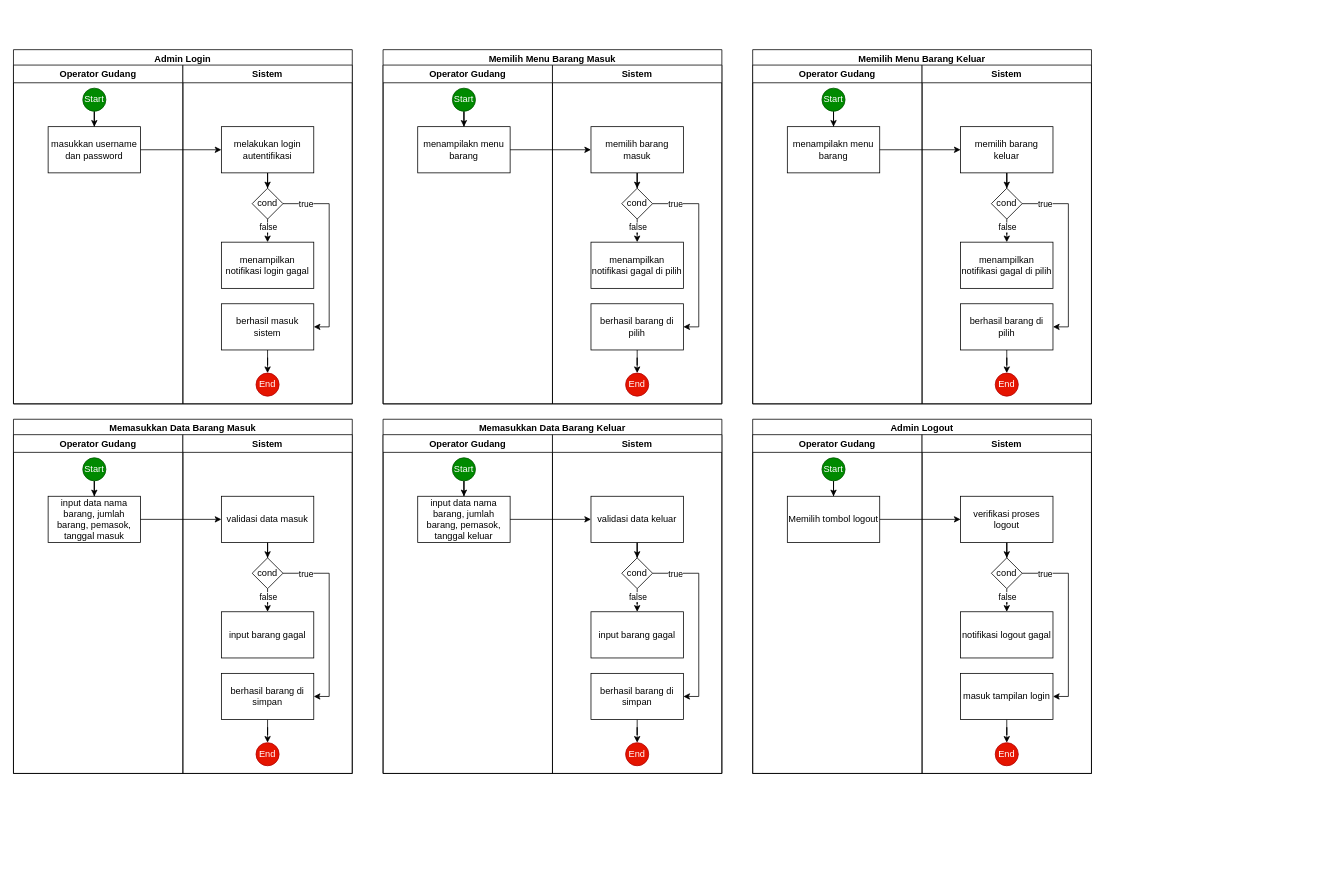
This is fix System Analys.drawio from sourchib/Assessment-Sysadmin, a draw.io file, before an edit. Source tidied: cells renumbered, new cells numbered last; positions are measured from the earlier drawing's top-left corner, leaving out a move shared by most shapes. Both pictures are drawn from the tidied source at 77%, with x=0, y=0 at pixel (13, 49).
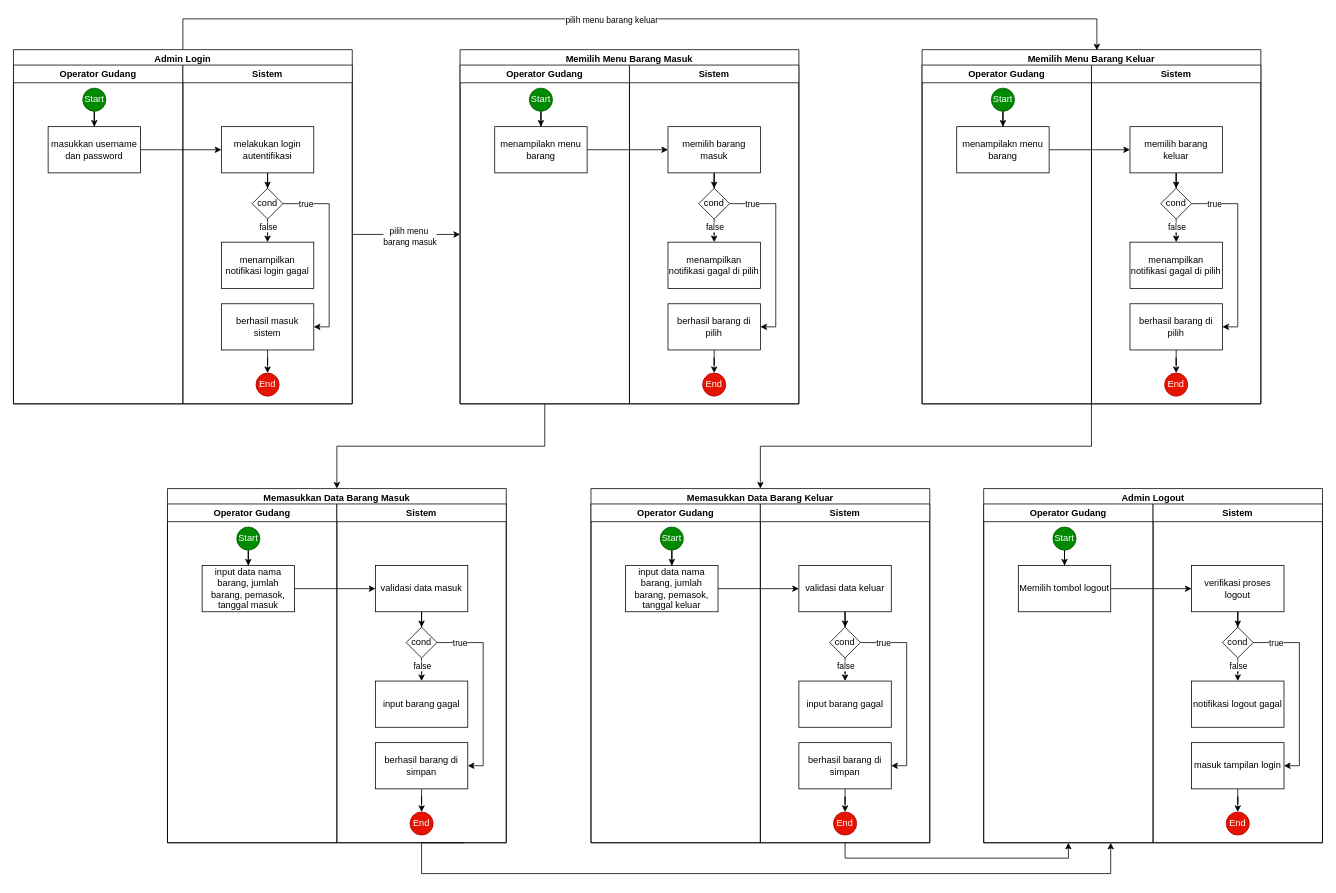
After the change.

Unchanged cells that the change refers to:
```xml
<mxCell id="2" value="&lt;b style=&quot;white-space: nowrap;&quot;&gt;Admin Login&lt;/b&gt;" style="swimlane;whiteSpace=wrap;html=1;" parent="1" vertex="1">
  <mxGeometry width="440" height="460" as="geometry" />
</mxCell>
<mxCell id="7" value="Sistem" style="swimlane;whiteSpace=wrap;html=1;" parent="2" vertex="1">
  <mxGeometry x="220" y="20" width="220" height="440" as="geometry" />
</mxCell>
<mxCell id="21" value="Operator Gudang" style="swimlane;whiteSpace=wrap;html=1;startSize=23;" parent="20" vertex="1">
  <mxGeometry y="20" width="220" height="440" as="geometry" />
</mxCell>
<mxCell id="39" value="Operator Gudang" style="swimlane;whiteSpace=wrap;html=1;startSize=23;" parent="38" vertex="1">
  <mxGeometry y="20" width="220" height="440" as="geometry" />
</mxCell>
<mxCell id="61" value="Sistem" style="swimlane;whiteSpace=wrap;html=1;" parent="56" vertex="1">
  <mxGeometry x="220" y="20" width="220" height="440" as="geometry" />
</mxCell>
<mxCell id="79" value="Sistem" style="swimlane;whiteSpace=wrap;html=1;" parent="74" vertex="1">
  <mxGeometry x="220" y="20" width="220" height="440" as="geometry" />
</mxCell>
<mxCell id="93" value="Operator Gudang" style="swimlane;whiteSpace=wrap;html=1;startSize=23;" parent="92" vertex="1">
  <mxGeometry y="20" width="220" height="440" as="geometry" />
</mxCell>
```

What changed in the source:
```diff
@@
+    <mxCell id="110" style="edgeStyle=orthogonalEdgeStyle;rounded=0;jettySize=auto;html=1;entryX=0.5;entryY=0;entryDx=0;entryDy=0;exitX=0.5;exitY=1;exitDx=0;exitDy=0;" parent="1" edge="1" source="21" target="56">
+      <mxGeometry relative="1" as="geometry" />
+    </mxCell>
     <mxCell id="20" value="&lt;b style=&quot;white-space: nowrap;&quot;&gt;Memilih Menu Barang Masuk&lt;/b&gt;" style="swimlane;whiteSpace=wrap;html=1;" parent="1" vertex="1">
-      <mxGeometry x="480" width="440" height="460" as="geometry" />
+      <mxGeometry x="580" width="440" height="460" as="geometry" />
     </mxCell>
@@
     <mxCell id="38" value="&lt;b style=&quot;white-space: nowrap;&quot;&gt;Memilih Menu Barang Keluar&lt;/b&gt;" style="swimlane;whiteSpace=wrap;html=1;" parent="1" vertex="1">
-      <mxGeometry x="960" width="440" height="460" as="geometry" />
+      <mxGeometry x="1180" width="440" height="460" as="geometry" />
     </mxCell>
@@
     <mxCell id="56" value="&lt;b style=&quot;white-space: nowrap;&quot;&gt;Memasukkan Data Barang Masuk&lt;/b&gt;" style="swimlane;whiteSpace=wrap;html=1;" parent="1" vertex="1">
-      <mxGeometry y="480" width="440" height="460" as="geometry" />
+      <mxGeometry x="200" y="570" width="440" height="460" as="geometry" />
     </mxCell>
@@
     <mxCell id="74" value="&lt;b style=&quot;white-space: nowrap;&quot;&gt;Memasukkan Data Barang Keluar&lt;/b&gt;" style="swimlane;whiteSpace=wrap;html=1;startSize=23;" parent="1" vertex="1">
-      <mxGeometry x="480" y="480" width="440" height="460" as="geometry" />
+      <mxGeometry x="750" y="570" width="440" height="460" as="geometry" />
     </mxCell>
@@
     <mxCell id="92" value="&lt;b style=&quot;white-space: nowrap;&quot;&gt;Admin Logout&lt;/b&gt;" style="swimlane;whiteSpace=wrap;html=1;" parent="1" vertex="1">
-      <mxGeometry x="960" y="480" width="440" height="460" as="geometry" />
+      <mxGeometry x="1260" y="570" width="440" height="460" as="geometry" />
     </mxCell>
@@
+    <mxCell id="111" style="edgeStyle=orthogonalEdgeStyle;rounded=0;jettySize=auto;html=1;entryX=0;entryY=0.5;entryDx=0;entryDy=0;" parent="1" edge="1" source="7" target="21">
+      <mxGeometry relative="1" as="geometry" />
+    </mxCell>
+    <mxCell id="112" value="pilih menu&amp;nbsp;&lt;div&gt;barang masuk&lt;/div&gt;" style="edgeLabel;html=1;align=center;verticalAlign=middle;" parent="111" vertex="1">
+      <mxGeometry x="0.05" y="-2" relative="1" as="geometry" />
+    </mxCell>
+    <mxCell id="113" style="edgeStyle=orthogonalEdgeStyle;rounded=0;jettySize=auto;html=1;entryX=0.516;entryY=0.002;entryDx=0;entryDy=0;entryPerimeter=0;" parent="1" edge="1" source="2" target="38">
+      <mxGeometry relative="1" as="geometry">
+        <Array as="points">
+          <mxPoint x="220" y="-40" />
+          <mxPoint x="1407" y="-40" />
+        </Array>
+      </mxGeometry>
+    </mxCell>
+    <mxCell id="114" value="pilih menu barang keluar" style="edgeLabel;html=1;align=center;verticalAlign=middle;" parent="113" vertex="1">
+      <mxGeometry x="-0.06" y="-1" relative="1" as="geometry" />
+    </mxCell>
+    <mxCell id="115" style="edgeStyle=orthogonalEdgeStyle;rounded=0;jettySize=auto;html=1;exitX=1;exitY=1;exitDx=0;exitDy=0;" parent="1" edge="1" source="39" target="74">
+      <mxGeometry relative="1" as="geometry" />
+    </mxCell>
+    <mxCell id="116" style="edgeStyle=orthogonalEdgeStyle;rounded=0;jettySize=auto;html=1;exitX=0.5;exitY=1;exitDx=0;exitDy=0;entryX=0.5;entryY=1;entryDx=0;entryDy=0;" parent="1" edge="1" source="79" target="93">
+      <mxGeometry relative="1" as="geometry" />
+    </mxCell>
+    <mxCell id="117" style="edgeStyle=orthogonalEdgeStyle;rounded=0;jettySize=auto;html=1;entryX=0.75;entryY=1;entryDx=0;entryDy=0;exitX=0.75;exitY=1;exitDx=0;exitDy=0;" parent="1" edge="1" source="61" target="93">
+      <mxGeometry relative="1" as="geometry">
+        <Array as="points">
+          <mxPoint x="530" y="1030" />
+          <mxPoint x="530" y="1070" />
+          <mxPoint x="1425" y="1070" />
+        </Array>
+      </mxGeometry>
+    </mxCell>
```
